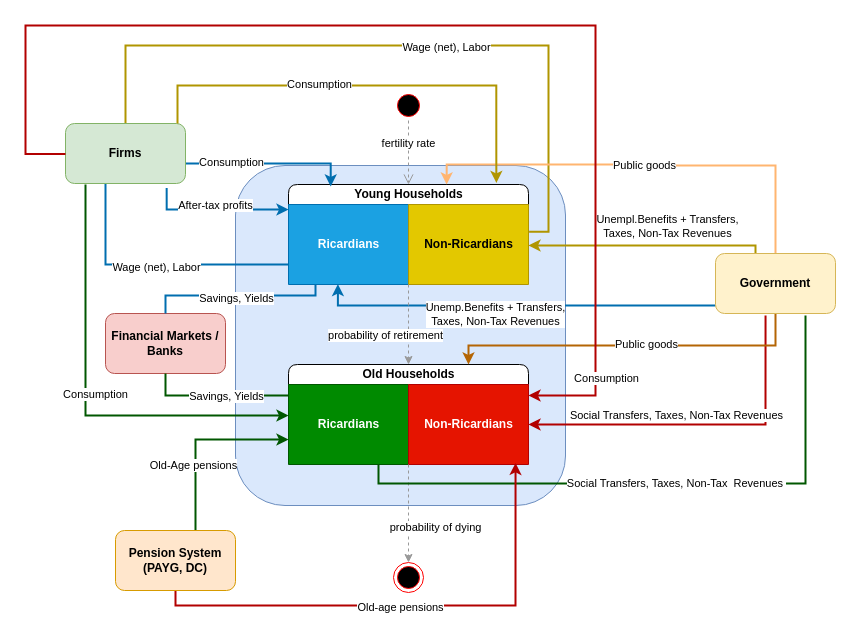
The draw.io diagram ogre/Copy of households.drawio in zuzancek/schemes, before the edit. Source tidied: cells renumbered, new cells numbered last; positions are measured from the earlier drawing's top-left corner, leaving out a move shared by most shapes. Both pictures are drawn from the tidied source at 100%, with x=0, y=0 at pixel (25, 25).
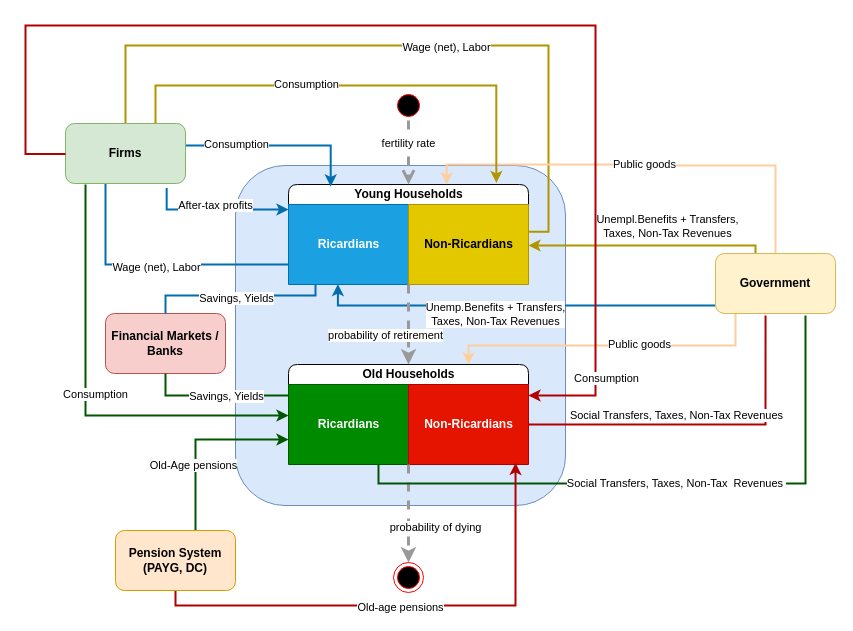
The same diagram, later.

The change refers to these unchanged cells:
```xml
<mxCell id="3" value="Young Households" style="swimlane;startSize=20;html=1;rounded=1;swimlaneLine=0;" parent="1" vertex="1">
  <mxGeometry x="263" y="159" width="240" height="100" as="geometry" />
</mxCell>
<mxCell id="4" value="Ricardians" style="swimlane;startSize=230;html=1;rounded=1;glass=0;shadow=0;fillColor=#1ba1e2;strokeColor=#006EAF;fontColor=#ffffff;" parent="3" vertex="1">
  <mxGeometry y="20" width="120" height="80" as="geometry" />
</mxCell>
<mxCell id="6" value="Old Households" style="swimlane;startSize=20;html=1;rounded=1;swimlaneLine=0;" parent="1" vertex="1">
  <mxGeometry x="263" y="339" width="240" height="100" as="geometry" />
</mxCell>
<mxCell id="7" value="Ricardians" style="swimlane;startSize=230;html=1;rounded=1;fillColor=#008a00;fontColor=#ffffff;strokeColor=#005700;" parent="6" vertex="1">
  <mxGeometry y="20" width="120" height="80" as="geometry" />
</mxCell>
<mxCell id="8" value="Non-Ricardians" style="swimlane;startSize=230;html=1;rounded=1;fillColor=#e51400;fontColor=#ffffff;strokeColor=#B20000;" parent="6" vertex="1">
  <mxGeometry x="120" y="20" width="120" height="80" as="geometry" />
</mxCell>
<mxCell id="9" style="ellipse;html=1;shape=startState;fillColor=#000000;strokeColor=#ff0000;" parent="1" vertex="1">
  <mxGeometry x="368" y="65" width="30" height="30" as="geometry" />
</mxCell>
<mxCell id="11" style="ellipse;html=1;shape=endState;fillColor=#000000;strokeColor=#ff0000;" parent="1" vertex="1">
  <mxGeometry x="368" y="537" width="30" height="30" as="geometry" />
</mxCell>
<mxCell id="21" value="Firms" style="rounded=1;whiteSpace=wrap;html=1;fillColor=#d5e8d4;strokeColor=#82b366;fontStyle=1;" parent="1" vertex="1">
  <mxGeometry x="40" y="98" width="120" height="60" as="geometry" />
</mxCell>
<mxCell id="33" value="Government" style="rounded=1;whiteSpace=wrap;html=1;fillColor=#fff2cc;strokeColor=#d6b656;fontStyle=1;" parent="1" vertex="1">
  <mxGeometry x="690" y="228" width="120" height="60" as="geometry" />
</mxCell>
```

The edit, as a diff of the source:
```diff
@@
-    <mxCell id="10" value="fertility rate" style="edgeStyle=orthogonalEdgeStyle;html=1;verticalAlign=bottom;endArrow=open;endSize=8;strokeColor=#999999;rounded=0;entryX=0.5;entryY=0;entryDx=0;entryDy=0;exitX=0.5;exitY=1;exitDx=0;exitDy=0;fillColor=#bac8d3;dashed=1;" parent="1" edge="1" source="9" target="3">
+    <mxCell id="10" value="fertility rate" style="edgeStyle=orthogonalEdgeStyle;html=1;verticalAlign=bottom;endArrow=open;endSize=8;strokeColor=#999999;rounded=0;entryX=0.5;entryY=0;entryDx=0;entryDy=0;exitX=0.5;exitY=1;exitDx=0;exitDy=0;fillColor=#bac8d3;dashed=1;strokeWidth=3;" parent="1" edge="1" source="9" target="3">
       <mxGeometry relative="1" as="geometry" />
     </mxCell>
@@
-    <mxCell id="12" value="probability of dying" style="edgeStyle=orthogonalEdgeStyle;rounded=0;jettySize=auto;html=1;exitX=1;exitY=1;exitDx=0;exitDy=0;strokeColor=#999999;entryX=0.5;entryY=0;entryDx=0;entryDy=0;fillColor=#bac8d3;dashed=1;" parent="1" edge="1" source="7" target="11">
+    <mxCell id="12" value="probability of dying" style="edgeStyle=orthogonalEdgeStyle;rounded=0;jettySize=auto;html=1;exitX=1;exitY=1;exitDx=0;exitDy=0;strokeColor=#999999;entryX=0.5;entryY=0;entryDx=0;entryDy=0;fillColor=#bac8d3;dashed=1;strokeWidth=3;" parent="1" edge="1" source="7" target="11">
       <mxGeometry x="0.29" y="27" relative="1" as="geometry" />
     </mxCell>
@@
     <mxCell id="19" style="edgeStyle=orthogonalEdgeStyle;rounded=0;jettySize=auto;html=1;entryX=0.176;entryY=0.02;entryDx=0;entryDy=0;entryPerimeter=0;fillColor=#1ba1e2;strokeColor=#006EAF;strokeWidth=2;" parent="1" edge="1" source="21" target="3">
       <mxGeometry relative="1" as="geometry">
         <Array as="points">
-          <mxPoint x="305" y="138" />
+          <mxPoint x="305" y="120" />
         </Array>
       </mxGeometry>
     </mxCell>
@@
-    <mxCell id="26" style="edgeStyle=orthogonalEdgeStyle;rounded=0;jettySize=auto;html=1;entryX=1;entryY=0.5;entryDx=0;entryDy=0;exitX=0.417;exitY=1.033;exitDx=0;exitDy=0;exitPerimeter=0;fillColor=#e51400;strokeColor=#B20000;strokeWidth=2;" parent="1" edge="1" source="33" target="8">
+    <mxCell id="26" style="edgeStyle=orthogonalEdgeStyle;rounded=0;jettySize=auto;html=1;entryX=1;entryY=0.5;entryDx=0;entryDy=0;exitX=0.417;exitY=1.033;exitDx=0;exitDy=0;exitPerimeter=0;fillColor=#e51400;strokeColor=#B20000;strokeWidth=2;endArrow=none;endFill=0;" parent="1" edge="1" source="33" target="8">
       <mxGeometry relative="1" as="geometry">
         <Array as="points">
           <mxPoint x="740" y="399" />
         </Array>
       </mxGeometry>
     </mxCell>
@@
-    <mxCell id="30" value="Public goods" style="edgeStyle=orthogonalEdgeStyle;rounded=0;jettySize=auto;html=1;entryX=0.659;entryY=0;entryDx=0;entryDy=0;entryPerimeter=0;fillColor=#fad7ac;strokeColor=#FFB570;strokeWidth=2;" parent="1" edge="1" source="33" target="3">
-      <mxGeometry relative="1" as="geometry">
+    <mxCell id="30" value="Public goods" style="edgeStyle=orthogonalEdgeStyle;rounded=0;jettySize=auto;html=1;entryX=0.659;entryY=0;entryDx=0;entryDy=0;entryPerimeter=0;fillColor=#fad7ac;strokeColor=#FFCE9F;strokeWidth=2;" parent="1" edge="1" source="33" target="3">
+      <mxGeometry y="-1" relative="1" as="geometry">
         <Array as="points">
           <mxPoint x="750" y="140" />
           <mxPoint x="597" y="140" />
           <mxPoint x="597" y="139" />
           <mxPoint x="421" y="139" />
         </Array>
       </mxGeometry>
     </mxCell>
-    <mxCell id="31" style="edgeStyle=orthogonalEdgeStyle;rounded=0;jettySize=auto;html=1;entryX=0.75;entryY=0;entryDx=0;entryDy=0;fillColor=#fad7ac;strokeColor=#B46504;strokeWidth=2;" parent="1" edge="1" source="33" target="6">
+    <mxCell id="31" style="edgeStyle=orthogonalEdgeStyle;rounded=0;jettySize=auto;html=1;entryX=0.75;entryY=0;entryDx=0;entryDy=0;fillColor=#fad7ac;strokeColor=#FFCE9F;strokeWidth=2;" parent="1" edge="1" source="33" target="6">
       <mxGeometry relative="1" as="geometry">
         <Array as="points">
-          <mxPoint x="750" y="320" />
+          <mxPoint x="710" y="320" />
           <mxPoint x="443" y="320" />
         </Array>
       </mxGeometry>
     </mxCell>
@@
-    <mxCell id="37" style="edgeStyle=orthogonalEdgeStyle;rounded=0;jettySize=auto;html=1;exitX=0.93;exitY=-0.003;exitDx=0;exitDy=0;entryX=0.866;entryY=-0.016;entryDx=0;entryDy=0;entryPerimeter=0;exitPerimeter=0;fillColor=#e3c800;strokeColor=#B09500;strokeWidth=2;" parent="1" edge="1" target="3">
+    <mxCell id="37" style="edgeStyle=orthogonalEdgeStyle;rounded=0;jettySize=auto;html=1;exitX=0.75;exitY=0;exitDx=0;exitDy=0;entryX=0.866;entryY=-0.016;entryDx=0;entryDy=0;entryPerimeter=0;fillColor=#e3c800;strokeColor=#B09500;strokeWidth=2;" parent="1" edge="1" source="21" target="3">
       <mxGeometry relative="1" as="geometry">
-        <mxPoint x="152" y="98" as="sourcePoint" />
         <Array as="points">
-          <mxPoint x="152" y="60" />
+          <mxPoint x="130" y="60" />
           <mxPoint x="471" y="60" />
         </Array>
       </mxGeometry>
     </mxCell>
@@
-    <mxCell id="44" value="probability of retirement" style="edgeStyle=orthogonalEdgeStyle;rounded=0;jettySize=auto;html=1;exitX=1;exitY=1;exitDx=0;exitDy=0;entryX=0.5;entryY=0;entryDx=0;entryDy=0;strokeColor=#999999;fillColor=#bac8d3;dashed=1;" parent="1" edge="1" source="4" target="6">
+    <mxCell id="44" value="probability of retirement" style="edgeStyle=orthogonalEdgeStyle;rounded=0;jettySize=auto;html=1;exitX=1;exitY=1;exitDx=0;exitDy=0;entryX=0.5;entryY=0;entryDx=0;entryDy=0;strokeColor=#999999;fillColor=#bac8d3;dashed=1;strokeWidth=3;" parent="1" edge="1" source="4" target="6">
       <mxGeometry x="0.28" y="-23" relative="1" as="geometry">
         <Array as="points">
           <mxPoint x="383" y="300" />
           <mxPoint x="383" y="300" />
         </Array>
       </mxGeometry>
     </mxCell>
```
